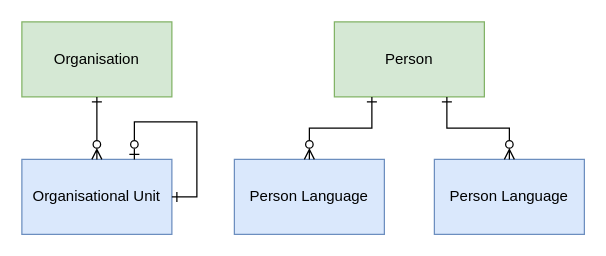
data-positioning/datapos-resources keeps this draw.io diagram as public/diagrams/model/Party.drawio. Above is the earlier version. Source tidied: cells renumbered, new cells numbered last; positions are measured from the earlier drawing's top-left corner, leaving out a move shared by most shapes. Both pictures are drawn from the tidied source at 125%, with x=0, y=0 at pixel (21, 21).
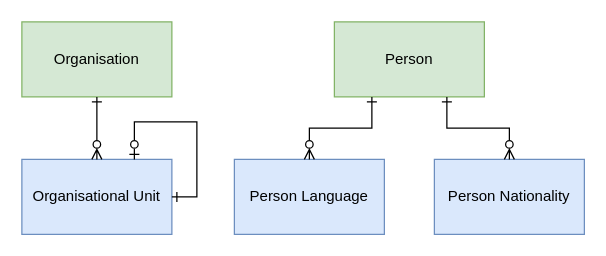
The same page after the edit.

Change to the diagram source:
```diff
@@
 <mxGraphModel>
   <root>
     <mxCell id="0" />
     <mxCell id="1" parent="0" />
     <mxCell id="2" value="Organisation" style="rounded=0;whiteSpace=wrap;html=1;points=[[0,0,0,0,0],[0,0.25,0,0,0],[0,0.5,0,0,0],[0,0.75,0,0,0],[0,1,0,0,0],[0.13,1,0,0,0],[0.25,0,0,0,0],[0.25,1,0,0,0],[0.38,1,0,0,0],[0.5,0,0,0,0],[0.5,1,0,0,0],[0.63,1,0,0,0],[0.75,0,0,0,0],[0.75,1,0,0,0],[0.88,1,0,0,0],[1,0,0,0,0],[1,0.25,0,0,0],[1,0.5,0,0,0],[1,0.75,0,0,0],[1,1,0,0,0]];fillColor=#d5e8d4;strokeColor=#82b366;" parent="1" vertex="1">
       <mxGeometry width="120" height="60" as="geometry" />
     </mxCell>
     <mxCell id="3" value="Person" style="rounded=0;whiteSpace=wrap;html=1;points=[[0,0,0,0,0],[0,0.25,0,0,0],[0,0.5,0,0,0],[0,0.75,0,0,0],[0,1,0,0,0],[0.13,1,0,0,0],[0.25,0,0,0,0],[0.25,1,0,0,0],[0.38,1,0,0,0],[0.5,0,0,0,0],[0.5,1,0,0,0],[0.63,1,0,0,0],[0.75,0,0,0,0],[0.75,1,0,0,0],[0.88,1,0,0,0],[1,0,0,0,0],[1,0.25,0,0,0],[1,0.5,0,0,0],[1,0.75,0,0,0],[1,1,0,0,0]];fillColor=#d5e8d4;strokeColor=#82b366;" parent="1" vertex="1">
       <mxGeometry x="250" width="120" height="60" as="geometry" />
     </mxCell>
     <mxCell id="4" value="Organisational Unit" style="rounded=0;whiteSpace=wrap;html=1;points=[[0,0,0,0,0],[0,0.25,0,0,0],[0,0.5,0,0,0],[0,0.75,0,0,0],[0,1,0,0,0],[0.13,1,0,0,0],[0.25,0,0,0,0],[0.25,1,0,0,0],[0.38,1,0,0,0],[0.5,0,0,0,0],[0.5,1,0,0,0],[0.63,1,0,0,0],[0.75,0,0,0,0],[0.75,1,0,0,0],[0.88,1,0,0,0],[1,0,0,0,0],[1,0.25,0,0,0],[1,0.5,0,0,0],[1,0.75,0,0,0],[1,1,0,0,0]];fillColor=#dae8fc;strokeColor=#6c8ebf;" parent="1" vertex="1">
       <mxGeometry y="110" width="120" height="60" as="geometry" />
     </mxCell>
     <mxCell id="5" value="Person Language" style="rounded=0;whiteSpace=wrap;html=1;points=[[0,0,0,0,0],[0,0.25,0,0,0],[0,0.5,0,0,0],[0,0.75,0,0,0],[0,1,0,0,0],[0.13,1,0,0,0],[0.25,0,0,0,0],[0.25,1,0,0,0],[0.38,1,0,0,0],[0.5,0,0,0,0],[0.5,1,0,0,0],[0.63,1,0,0,0],[0.75,0,0,0,0],[0.75,1,0,0,0],[0.88,1,0,0,0],[1,0,0,0,0],[1,0.25,0,0,0],[1,0.5,0,0,0],[1,0.75,0,0,0],[1,1,0,0,0]];fillColor=#dae8fc;strokeColor=#6c8ebf;" parent="1" vertex="1">
       <mxGeometry x="170" y="110" width="120" height="60" as="geometry" />
     </mxCell>
-    <mxCell id="6" value="Person Language" style="rounded=0;whiteSpace=wrap;html=1;points=[[0,0,0,0,0],[0,0.25,0,0,0],[0,0.5,0,0,0],[0,0.75,0,0,0],[0,1,0,0,0],[0.13,1,0,0,0],[0.25,0,0,0,0],[0.25,1,0,0,0],[0.38,1,0,0,0],[0.5,0,0,0,0],[0.5,1,0,0,0],[0.63,1,0,0,0],[0.75,0,0,0,0],[0.75,1,0,0,0],[0.88,1,0,0,0],[1,0,0,0,0],[1,0.25,0,0,0],[1,0.5,0,0,0],[1,0.75,0,0,0],[1,1,0,0,0]];fillColor=#dae8fc;strokeColor=#6c8ebf;" parent="1" vertex="1">
+    <mxCell id="6" value="Person Nationality" style="rounded=0;whiteSpace=wrap;html=1;points=[[0,0,0,0,0],[0,0.25,0,0,0],[0,0.5,0,0,0],[0,0.75,0,0,0],[0,1,0,0,0],[0.13,1,0,0,0],[0.25,0,0,0,0],[0.25,1,0,0,0],[0.38,1,0,0,0],[0.5,0,0,0,0],[0.5,1,0,0,0],[0.63,1,0,0,0],[0.75,0,0,0,0],[0.75,1,0,0,0],[0.88,1,0,0,0],[1,0,0,0,0],[1,0.25,0,0,0],[1,0.5,0,0,0],[1,0.75,0,0,0],[1,1,0,0,0]];fillColor=#dae8fc;strokeColor=#6c8ebf;" parent="1" vertex="1">
       <mxGeometry x="330" y="110" width="120" height="60" as="geometry" />
     </mxCell>
     <mxCell id="7" style="endArrow=ERzeroToMany;html=1;rounded=0;startArrow=ERone;startFill=0;endFill=0;entryX=0.5;entryY=0;entryDx=0;entryDy=0;entryPerimeter=0;exitX=0.5;exitY=1;exitDx=0;exitDy=0;exitPerimeter=0;" parent="1" edge="1" source="2" target="4">
       <mxGeometry relative="1" as="geometry" />
     </mxCell>
     <mxCell id="8" style="endArrow=ERzeroToMany;html=1;rounded=0;startArrow=ERone;startFill=0;endFill=0;entryX=0.5;entryY=0;entryDx=0;entryDy=0;entryPerimeter=0;exitX=0.25;exitY=1;exitDx=0;exitDy=0;exitPerimeter=0;edgeStyle=orthogonalEdgeStyle;" parent="1" edge="1" source="3" target="5">
       <mxGeometry relative="1" as="geometry" />
     </mxCell>
     <mxCell id="9" style="endArrow=ERzeroToMany;html=1;rounded=0;startArrow=ERone;startFill=0;endFill=0;entryX=0.5;entryY=0;entryDx=0;entryDy=0;entryPerimeter=0;exitX=0.75;exitY=1;exitDx=0;exitDy=0;exitPerimeter=0;edgeStyle=orthogonalEdgeStyle;" parent="1" edge="1" source="3" target="6">
       <mxGeometry relative="1" as="geometry" />
     </mxCell>
     <mxCell id="10" style="endArrow=ERzeroToOne;html=1;rounded=0;startArrow=ERone;startFill=0;endFill=0;edgeStyle=orthogonalEdgeStyle;entryX=0.75;entryY=0;entryDx=0;entryDy=0;entryPerimeter=0;elbow=vertical;exitX=1;exitY=0.5;exitDx=0;exitDy=0;exitPerimeter=0;" parent="1" edge="1" source="4" target="4">
       <mxGeometry relative="1" as="geometry">
         <Array as="points">
           <mxPoint x="140" y="140" />
           <mxPoint x="140" y="80" />
           <mxPoint x="90" y="80" />
         </Array>
       </mxGeometry>
     </mxCell>
   </root>
 </mxGraphModel>
```
